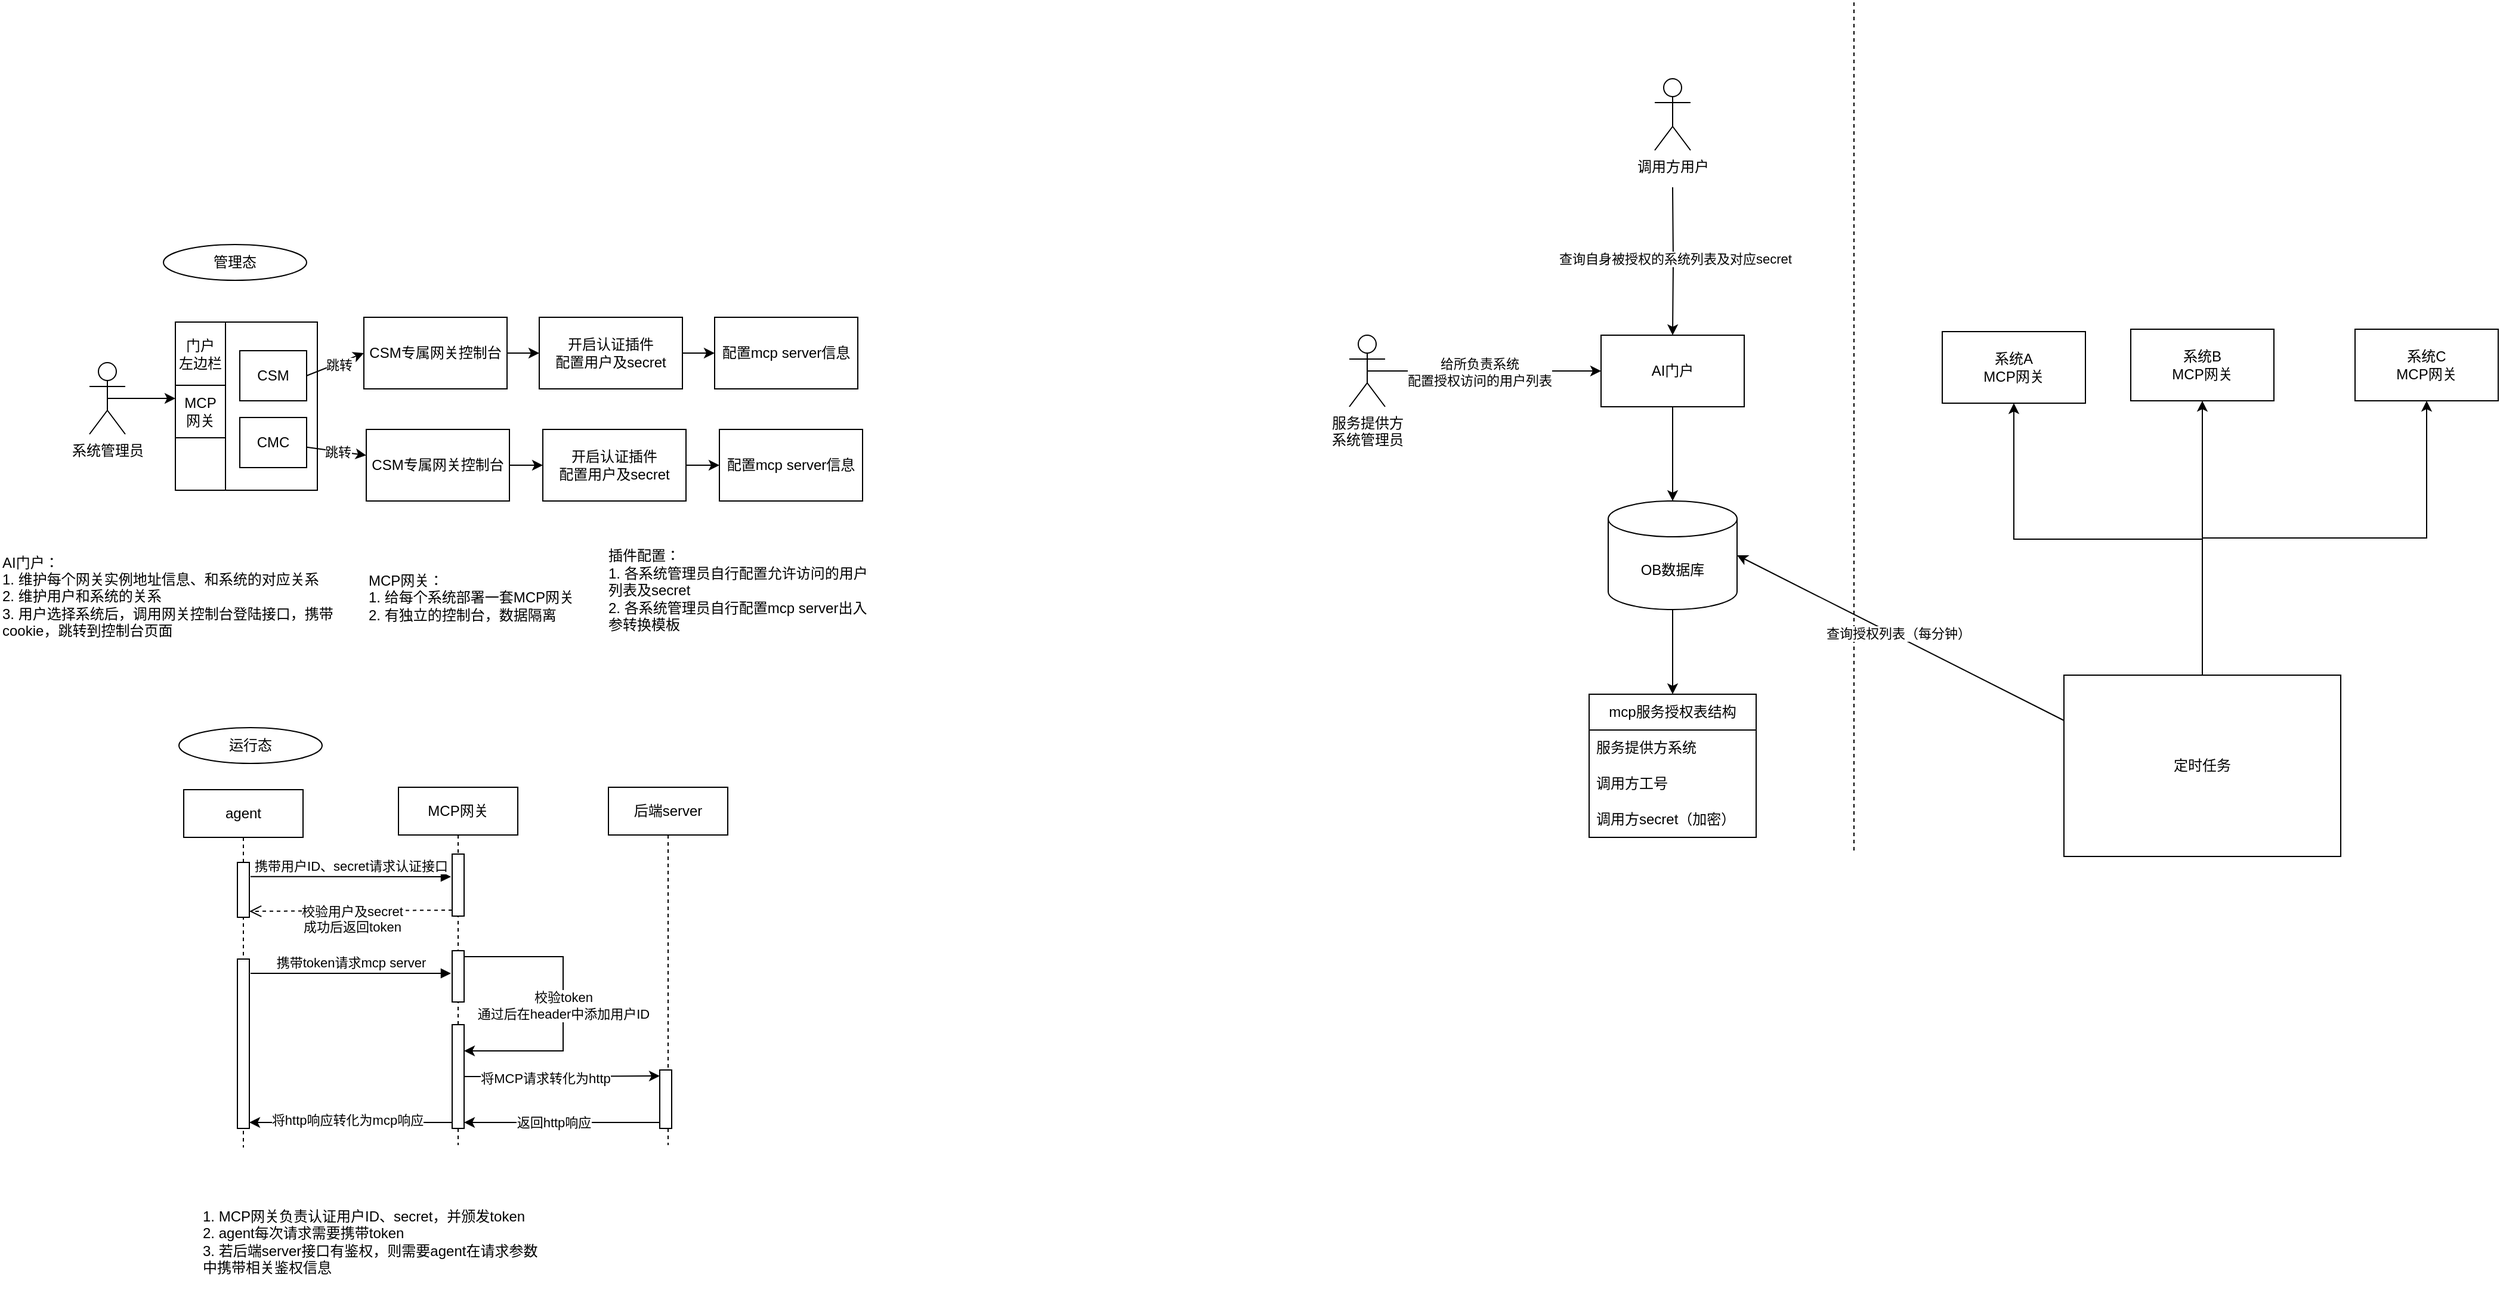
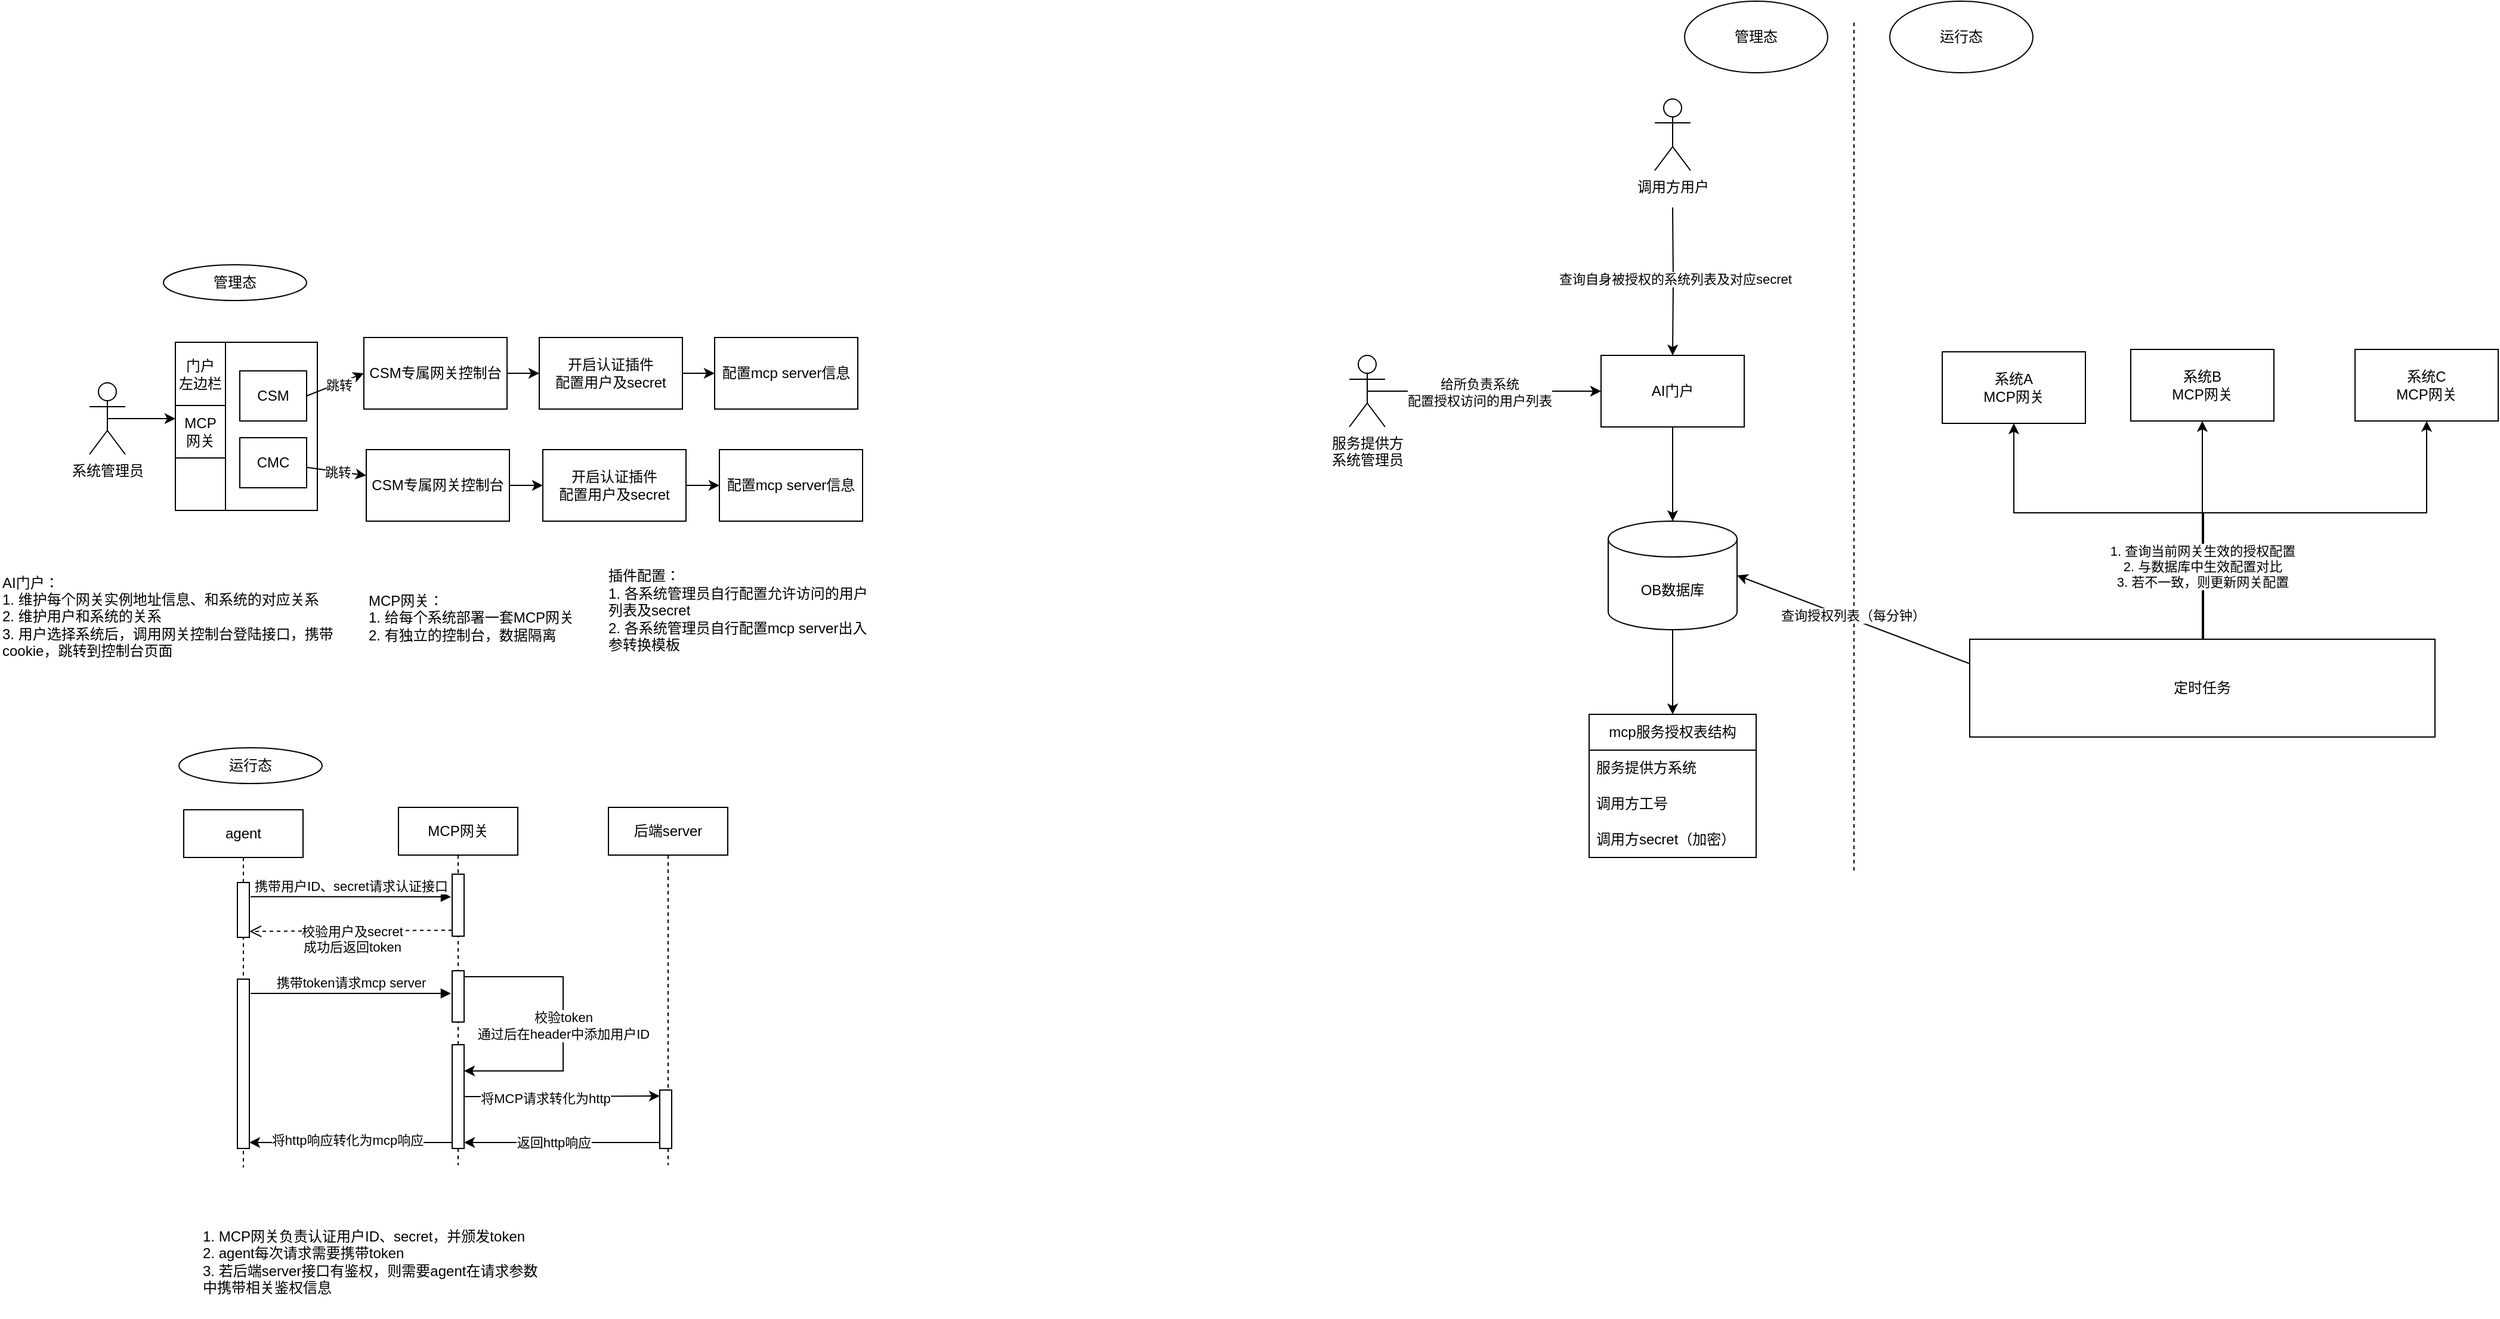
<mxfile host="app.diagrams.net">
  <diagram name="第 1 页" id="v2hsfRa7gXxFo1c_jMZc">
-     <mxGraphModel dx="1645" dy="1213" grid="0" gridSize="10" guides="1" tooltips="1" connect="1" arrows="1" fold="1" page="0" pageScale="1" pageWidth="827" pageHeight="1169" math="0" shadow="0">
+     <mxGraphModel dx="1957" dy="1417" grid="0" gridSize="10" guides="1" tooltips="1" connect="1" arrows="1" fold="1" page="0" pageScale="1" pageWidth="827" pageHeight="1169" math="0" shadow="0">
      <root>
        <mxCell id="0" />
        <mxCell id="1" parent="0" />
        <mxCell id="Vr7ZYQnQsq7QcT0ujrnK-1" parent="1" style="rounded=0;whiteSpace=wrap;html=1;" value="" vertex="1">
          <mxGeometry height="141" width="119" x="58" y="104" as="geometry" />
        </mxCell>
        <mxCell id="Vr7ZYQnQsq7QcT0ujrnK-2" parent="1" style="rounded=0;whiteSpace=wrap;html=1;" value="" vertex="1">
          <mxGeometry height="141" width="42" x="58" y="104" as="geometry" />
        </mxCell>
        <mxCell id="Vr7ZYQnQsq7QcT0ujrnK-4" parent="1" style="rounded=0;whiteSpace=wrap;html=1;" value="MCP&lt;div&gt;网关&lt;/div&gt;" vertex="1">
          <mxGeometry height="44" width="42" x="58" y="157" as="geometry" />
        </mxCell>
        <mxCell id="Vr7ZYQnQsq7QcT0ujrnK-5" parent="1" style="rounded=0;whiteSpace=wrap;html=1;" value="门户&lt;div&gt;左边栏&lt;/div&gt;" vertex="1">
          <mxGeometry height="53" width="42" x="58" y="104" as="geometry" />
        </mxCell>
        <mxCell id="Vr7ZYQnQsq7QcT0ujrnK-9" edge="1" parent="1" source="Vr7ZYQnQsq7QcT0ujrnK-6" style="rounded=0;orthogonalLoop=1;jettySize=auto;html=1;exitX=1;exitY=0.5;exitDx=0;exitDy=0;entryX=0;entryY=0.5;entryDx=0;entryDy=0;" target="Vr7ZYQnQsq7QcT0ujrnK-8">
          <mxGeometry relative="1" as="geometry" />
        </mxCell>
        <mxCell id="Vr7ZYQnQsq7QcT0ujrnK-12" connectable="0" parent="Vr7ZYQnQsq7QcT0ujrnK-9" style="edgeLabel;html=1;align=center;verticalAlign=middle;resizable=0;points=[];" value="跳转" vertex="1">
          <mxGeometry relative="1" x="0.0797" y="-1" as="geometry">
            <mxPoint as="offset" />
          </mxGeometry>
        </mxCell>
        <mxCell id="Vr7ZYQnQsq7QcT0ujrnK-6" parent="1" style="rounded=0;whiteSpace=wrap;html=1;" value="CSM" vertex="1">
          <mxGeometry height="42" width="56" x="112" y="128" as="geometry" />
        </mxCell>
        <mxCell id="Vr7ZYQnQsq7QcT0ujrnK-11" edge="1" parent="1" source="Vr7ZYQnQsq7QcT0ujrnK-7" style="rounded=0;orthogonalLoop=1;jettySize=auto;html=1;" target="Vr7ZYQnQsq7QcT0ujrnK-10" value="">
          <mxGeometry relative="1" as="geometry" />
        </mxCell>
        <mxCell id="Vr7ZYQnQsq7QcT0ujrnK-13" connectable="0" parent="Vr7ZYQnQsq7QcT0ujrnK-11" style="edgeLabel;html=1;align=center;verticalAlign=middle;resizable=0;points=[];" value="跳转" vertex="1">
          <mxGeometry relative="1" x="0.0168" as="geometry">
            <mxPoint as="offset" />
          </mxGeometry>
        </mxCell>
        <mxCell id="Vr7ZYQnQsq7QcT0ujrnK-7" parent="1" style="rounded=0;whiteSpace=wrap;html=1;" value="CMC" vertex="1">
          <mxGeometry height="42" width="56" x="112" y="184" as="geometry" />
        </mxCell>
        <mxCell id="Vr7ZYQnQsq7QcT0ujrnK-15" edge="1" parent="1" source="Vr7ZYQnQsq7QcT0ujrnK-8" style="edgeStyle=orthogonalEdgeStyle;rounded=0;orthogonalLoop=1;jettySize=auto;html=1;" target="Vr7ZYQnQsq7QcT0ujrnK-14" value="">
          <mxGeometry relative="1" as="geometry" />
        </mxCell>
        <mxCell id="Vr7ZYQnQsq7QcT0ujrnK-8" parent="1" style="rounded=0;whiteSpace=wrap;html=1;" value="CSM专属网关控制台" vertex="1">
          <mxGeometry height="60" width="120" x="216" y="100" as="geometry" />
        </mxCell>
        <mxCell id="Vr7ZYQnQsq7QcT0ujrnK-17" edge="1" parent="1" source="Vr7ZYQnQsq7QcT0ujrnK-10" style="edgeStyle=orthogonalEdgeStyle;rounded=0;orthogonalLoop=1;jettySize=auto;html=1;" target="Vr7ZYQnQsq7QcT0ujrnK-16" value="">
          <mxGeometry relative="1" as="geometry" />
        </mxCell>
        <mxCell id="Vr7ZYQnQsq7QcT0ujrnK-10" parent="1" style="rounded=0;whiteSpace=wrap;html=1;" value="CSM专属网关控制台" vertex="1">
          <mxGeometry height="60" width="120" x="218" y="194" as="geometry" />
        </mxCell>
        <mxCell id="Vr7ZYQnQsq7QcT0ujrnK-43" edge="1" parent="1" source="Vr7ZYQnQsq7QcT0ujrnK-14" style="edgeStyle=orthogonalEdgeStyle;rounded=0;orthogonalLoop=1;jettySize=auto;html=1;" target="Vr7ZYQnQsq7QcT0ujrnK-42" value="">
          <mxGeometry relative="1" as="geometry" />
        </mxCell>
        <mxCell id="Vr7ZYQnQsq7QcT0ujrnK-14" parent="1" style="rounded=0;whiteSpace=wrap;html=1;" value="开启认证插件&lt;div&gt;配置用户及secret&lt;/div&gt;" vertex="1">
          <mxGeometry height="60" width="120" x="363" y="100" as="geometry" />
        </mxCell>
        <mxCell id="Vr7ZYQnQsq7QcT0ujrnK-45" edge="1" parent="1" source="Vr7ZYQnQsq7QcT0ujrnK-16" style="edgeStyle=orthogonalEdgeStyle;rounded=0;orthogonalLoop=1;jettySize=auto;html=1;" target="Vr7ZYQnQsq7QcT0ujrnK-44" value="">
          <mxGeometry relative="1" as="geometry" />
        </mxCell>
        <mxCell id="Vr7ZYQnQsq7QcT0ujrnK-16" parent="1" style="rounded=0;whiteSpace=wrap;html=1;" value="开启认证插件&lt;div&gt;配置用户及secret&lt;/div&gt;" vertex="1">
          <mxGeometry height="60" width="120" x="366" y="194" as="geometry" />
        </mxCell>
        <mxCell id="Vr7ZYQnQsq7QcT0ujrnK-18" parent="1" style="ellipse;whiteSpace=wrap;html=1;" value="管理态" vertex="1">
          <mxGeometry height="30" width="120" x="48" y="39" as="geometry" />
        </mxCell>
        <mxCell id="Vr7ZYQnQsq7QcT0ujrnK-19" parent="1" style="ellipse;whiteSpace=wrap;html=1;" value="运行态" vertex="1">
          <mxGeometry height="30" width="120" x="61" y="444" as="geometry" />
        </mxCell>
        <mxCell id="Vr7ZYQnQsq7QcT0ujrnK-20" parent="1" style="shape=umlLifeline;perimeter=lifelinePerimeter;whiteSpace=wrap;html=1;container=1;dropTarget=0;collapsible=0;recursiveResize=0;outlineConnect=0;portConstraint=eastwest;newEdgeStyle={&quot;curved&quot;:0,&quot;rounded&quot;:0};" value="agent" vertex="1">
          <mxGeometry height="300" width="100" x="65" y="496" as="geometry" />
        </mxCell>
        <mxCell id="Vr7ZYQnQsq7QcT0ujrnK-26" parent="Vr7ZYQnQsq7QcT0ujrnK-20" style="html=1;points=[[0,0,0,0,5],[0,1,0,0,-5],[1,0,0,0,5],[1,1,0,0,-5]];perimeter=orthogonalPerimeter;outlineConnect=0;targetShapes=umlLifeline;portConstraint=eastwest;newEdgeStyle={&quot;curved&quot;:0,&quot;rounded&quot;:0};" value="" vertex="1">
          <mxGeometry height="46" width="10" x="45" y="61" as="geometry" />
        </mxCell>
        <mxCell id="Vr7ZYQnQsq7QcT0ujrnK-21" parent="1" style="shape=umlLifeline;perimeter=lifelinePerimeter;whiteSpace=wrap;html=1;container=1;dropTarget=0;collapsible=0;recursiveResize=0;outlineConnect=0;portConstraint=eastwest;newEdgeStyle={&quot;curved&quot;:0,&quot;rounded&quot;:0};" value="MCP网关" vertex="1">
          <mxGeometry height="300" width="100" x="245" y="494" as="geometry" />
        </mxCell>
        <mxCell id="Vr7ZYQnQsq7QcT0ujrnK-23" parent="Vr7ZYQnQsq7QcT0ujrnK-21" style="html=1;points=[[0,0,0,0,5],[0,1,0,0,-5],[1,0,0,0,5],[1,1,0,0,-5]];perimeter=orthogonalPerimeter;outlineConnect=0;targetShapes=umlLifeline;portConstraint=eastwest;newEdgeStyle={&quot;curved&quot;:0,&quot;rounded&quot;:0};" value="" vertex="1">
          <mxGeometry height="52" width="10" x="45" y="56" as="geometry" />
        </mxCell>
        <mxCell id="Vr7ZYQnQsq7QcT0ujrnK-31" edge="1" parent="Vr7ZYQnQsq7QcT0ujrnK-21" source="Vr7ZYQnQsq7QcT0ujrnK-28" style="edgeStyle=orthogonalEdgeStyle;rounded=0;orthogonalLoop=1;jettySize=auto;html=1;curved=0;exitX=1;exitY=0;exitDx=0;exitDy=5;exitPerimeter=0;" target="Vr7ZYQnQsq7QcT0ujrnK-30">
          <mxGeometry relative="1" as="geometry">
            <Array as="points">
              <mxPoint x="138" y="142" />
              <mxPoint x="138" y="221" />
            </Array>
          </mxGeometry>
        </mxCell>
        <mxCell id="Vr7ZYQnQsq7QcT0ujrnK-32" connectable="0" parent="Vr7ZYQnQsq7QcT0ujrnK-31" style="edgeLabel;html=1;align=center;verticalAlign=middle;resizable=0;points=[];" value="校验token&lt;div&gt;通过后在header中添加用户ID&lt;/div&gt;" vertex="1">
          <mxGeometry relative="1" x="-0.2068" y="1" as="geometry">
            <mxPoint x="-1" y="27" as="offset" />
          </mxGeometry>
        </mxCell>
        <mxCell id="Vr7ZYQnQsq7QcT0ujrnK-28" parent="Vr7ZYQnQsq7QcT0ujrnK-21" style="html=1;points=[[0,0,0,0,5],[0,1,0,0,-5],[1,0,0,0,5],[1,1,0,0,-5]];perimeter=orthogonalPerimeter;outlineConnect=0;targetShapes=umlLifeline;portConstraint=eastwest;newEdgeStyle={&quot;curved&quot;:0,&quot;rounded&quot;:0};" value="" vertex="1">
          <mxGeometry height="43" width="10" x="45" y="137" as="geometry" />
        </mxCell>
        <mxCell id="Vr7ZYQnQsq7QcT0ujrnK-27" parent="Vr7ZYQnQsq7QcT0ujrnK-21" style="html=1;points=[[0,0,0,0,5],[0,1,0,0,-5],[1,0,0,0,5],[1,1,0,0,-5]];perimeter=orthogonalPerimeter;outlineConnect=0;targetShapes=umlLifeline;portConstraint=eastwest;newEdgeStyle={&quot;curved&quot;:0,&quot;rounded&quot;:0};" value="" vertex="1">
          <mxGeometry height="142" width="10" x="-135" y="144" as="geometry" />
        </mxCell>
        <mxCell id="Vr7ZYQnQsq7QcT0ujrnK-29" edge="1" parent="Vr7ZYQnQsq7QcT0ujrnK-21" style="html=1;verticalAlign=bottom;endArrow=block;curved=0;rounded=0;exitX=0.56;exitY=0.243;exitDx=0;exitDy=0;exitPerimeter=0;" value="携带token请求mcp server">
          <mxGeometry relative="1" as="geometry">
            <mxPoint x="-124" y="156" as="sourcePoint" />
            <mxPoint x="44" y="156" as="targetPoint" />
          </mxGeometry>
        </mxCell>
        <mxCell id="Vr7ZYQnQsq7QcT0ujrnK-30" parent="Vr7ZYQnQsq7QcT0ujrnK-21" style="html=1;points=[[0,0,0,0,5],[0,1,0,0,-5],[1,0,0,0,5],[1,1,0,0,-5]];perimeter=orthogonalPerimeter;outlineConnect=0;targetShapes=umlLifeline;portConstraint=eastwest;newEdgeStyle={&quot;curved&quot;:0,&quot;rounded&quot;:0};" value="" vertex="1">
          <mxGeometry height="87" width="10" x="45" y="199" as="geometry" />
        </mxCell>
        <mxCell id="Vr7ZYQnQsq7QcT0ujrnK-39" edge="1" parent="Vr7ZYQnQsq7QcT0ujrnK-21" source="Vr7ZYQnQsq7QcT0ujrnK-30" style="edgeStyle=orthogonalEdgeStyle;rounded=0;orthogonalLoop=1;jettySize=auto;html=1;curved=0;exitX=0;exitY=1;exitDx=0;exitDy=-5;exitPerimeter=0;entryX=1;entryY=1;entryDx=0;entryDy=-5;entryPerimeter=0;" target="Vr7ZYQnQsq7QcT0ujrnK-27">
          <mxGeometry relative="1" as="geometry" />
        </mxCell>
        <mxCell id="Vr7ZYQnQsq7QcT0ujrnK-41" connectable="0" parent="Vr7ZYQnQsq7QcT0ujrnK-39" style="edgeLabel;html=1;align=center;verticalAlign=middle;resizable=0;points=[];" value="将http响应转化为mcp响应" vertex="1">
          <mxGeometry relative="1" x="0.0353" y="-2" as="geometry">
            <mxPoint as="offset" />
          </mxGeometry>
        </mxCell>
        <mxCell id="Vr7ZYQnQsq7QcT0ujrnK-22" parent="1" style="shape=umlLifeline;perimeter=lifelinePerimeter;whiteSpace=wrap;html=1;container=1;dropTarget=0;collapsible=0;recursiveResize=0;outlineConnect=0;portConstraint=eastwest;newEdgeStyle={&quot;curved&quot;:0,&quot;rounded&quot;:0};" value="后端server" vertex="1">
          <mxGeometry height="300" width="100" x="421" y="494" as="geometry" />
        </mxCell>
        <mxCell id="Vr7ZYQnQsq7QcT0ujrnK-33" parent="Vr7ZYQnQsq7QcT0ujrnK-22" style="html=1;points=[[0,0,0,0,5],[0,1,0,0,-5],[1,0,0,0,5],[1,1,0,0,-5]];perimeter=orthogonalPerimeter;outlineConnect=0;targetShapes=umlLifeline;portConstraint=eastwest;newEdgeStyle={&quot;curved&quot;:0,&quot;rounded&quot;:0};" value="" vertex="1">
          <mxGeometry height="49" width="10" x="43" y="237" as="geometry" />
        </mxCell>
        <mxCell id="Vr7ZYQnQsq7QcT0ujrnK-24" edge="1" parent="1" source="Vr7ZYQnQsq7QcT0ujrnK-20" style="html=1;verticalAlign=bottom;endArrow=block;curved=0;rounded=0;exitX=0.56;exitY=0.243;exitDx=0;exitDy=0;exitPerimeter=0;" value="携带用户ID、secret请求认证接口">
          <mxGeometry relative="1" as="geometry">
            <mxPoint x="121" y="574" as="sourcePoint" />
            <mxPoint x="289" y="569" as="targetPoint" />
          </mxGeometry>
        </mxCell>
        <mxCell id="Vr7ZYQnQsq7QcT0ujrnK-35" edge="1" parent="1" source="Vr7ZYQnQsq7QcT0ujrnK-23" style="html=1;verticalAlign=bottom;endArrow=open;dashed=1;endSize=8;curved=0;rounded=0;exitX=0;exitY=1;exitDx=0;exitDy=-5;exitPerimeter=0;entryX=1;entryY=1;entryDx=0;entryDy=-5;entryPerimeter=0;" target="Vr7ZYQnQsq7QcT0ujrnK-26" value="校验用户及secret&lt;div&gt;成功后返回token&lt;/div&gt;">
          <mxGeometry relative="1" x="-0.0102" y="23" as="geometry">
            <mxPoint as="offset" />
            <mxPoint x="266" y="592" as="sourcePoint" />
            <mxPoint x="198" y="595" as="targetPoint" />
          </mxGeometry>
        </mxCell>
        <mxCell id="Vr7ZYQnQsq7QcT0ujrnK-36" edge="1" parent="1" source="Vr7ZYQnQsq7QcT0ujrnK-30" style="edgeStyle=orthogonalEdgeStyle;rounded=0;orthogonalLoop=1;jettySize=auto;html=1;curved=0;entryX=0;entryY=0;entryDx=0;entryDy=5;entryPerimeter=0;" target="Vr7ZYQnQsq7QcT0ujrnK-33">
          <mxGeometry relative="1" as="geometry" />
        </mxCell>
        <mxCell id="Vr7ZYQnQsq7QcT0ujrnK-37" connectable="0" parent="Vr7ZYQnQsq7QcT0ujrnK-36" style="edgeLabel;html=1;align=center;verticalAlign=middle;resizable=0;points=[];" value="将MCP请求转化为http" vertex="1">
          <mxGeometry relative="1" x="-0.1733" as="geometry">
            <mxPoint y="1" as="offset" />
          </mxGeometry>
        </mxCell>
        <mxCell id="Vr7ZYQnQsq7QcT0ujrnK-38" edge="1" parent="1" source="Vr7ZYQnQsq7QcT0ujrnK-33" style="edgeStyle=orthogonalEdgeStyle;rounded=0;orthogonalLoop=1;jettySize=auto;html=1;curved=0;exitX=0;exitY=1;exitDx=0;exitDy=-5;exitPerimeter=0;entryX=1;entryY=1;entryDx=0;entryDy=-5;entryPerimeter=0;" target="Vr7ZYQnQsq7QcT0ujrnK-30">
          <mxGeometry relative="1" as="geometry" />
        </mxCell>
        <mxCell id="Vr7ZYQnQsq7QcT0ujrnK-40" connectable="0" parent="Vr7ZYQnQsq7QcT0ujrnK-38" style="edgeLabel;html=1;align=center;verticalAlign=middle;resizable=0;points=[];" value="返回http响应" vertex="1">
          <mxGeometry relative="1" x="0.0854" as="geometry">
            <mxPoint as="offset" />
          </mxGeometry>
        </mxCell>
        <mxCell id="Vr7ZYQnQsq7QcT0ujrnK-42" parent="1" style="rounded=0;whiteSpace=wrap;html=1;" value="配置mcp server信息" vertex="1">
          <mxGeometry height="60" width="120" x="510" y="100" as="geometry" />
        </mxCell>
        <mxCell id="Vr7ZYQnQsq7QcT0ujrnK-44" parent="1" style="rounded=0;whiteSpace=wrap;html=1;" value="配置mcp server信息" vertex="1">
          <mxGeometry height="60" width="120" x="514" y="194" as="geometry" />
        </mxCell>
        <mxCell id="Vr7ZYQnQsq7QcT0ujrnK-47" parent="1" style="text;html=1;whiteSpace=wrap;strokeColor=none;fillColor=none;align=left;verticalAlign=middle;rounded=0;" value="AI门户：&lt;div&gt;1. 维护每个网关实例地址信息、和系统的对应关系&lt;/div&gt;&lt;div&gt;2. 维护用户和系统的关系&lt;/div&gt;&lt;div&gt;3. 用户选择系统后，调用网关控制台登陆接口，携带cookie，跳转到控制台页面&lt;/div&gt;" vertex="1">
          <mxGeometry height="124" width="280" x="-89" y="272" as="geometry" />
        </mxCell>
        <mxCell id="Vr7ZYQnQsq7QcT0ujrnK-48" parent="1" style="text;html=1;whiteSpace=wrap;strokeColor=none;fillColor=none;align=left;verticalAlign=middle;rounded=0;" value="1. MCP网关负责认证用户ID、secret，并颁发token&lt;br&gt;2. agent每次请求需要携带token&lt;br&gt;&lt;div&gt;3. 若后端server接口有鉴权，则需要agent在请求参数中携带相关鉴权信息&lt;/div&gt;" vertex="1">
          <mxGeometry height="95" width="287" x="79" y="827" as="geometry" />
        </mxCell>
        <mxCell id="Vr7ZYQnQsq7QcT0ujrnK-49" parent="1" style="text;html=1;whiteSpace=wrap;strokeColor=none;fillColor=none;align=left;verticalAlign=middle;rounded=0;" value="MCP网关：&lt;div&gt;1. 给每个系统部署一套MCP网关&lt;/div&gt;&lt;div&gt;2. 有独立的控制台，数据隔离&lt;/div&gt;&lt;div&gt;&lt;br&gt;&lt;/div&gt;" vertex="1">
          <mxGeometry height="124" width="178" x="218" y="280" as="geometry" />
        </mxCell>
        <mxCell id="Vr7ZYQnQsq7QcT0ujrnK-53" edge="1" parent="1" source="Vr7ZYQnQsq7QcT0ujrnK-50" style="edgeStyle=orthogonalEdgeStyle;rounded=0;orthogonalLoop=1;jettySize=auto;html=1;exitX=0.5;exitY=0.5;exitDx=0;exitDy=0;exitPerimeter=0;entryX=0;entryY=0.25;entryDx=0;entryDy=0;" target="Vr7ZYQnQsq7QcT0ujrnK-4">
          <mxGeometry relative="1" as="geometry" />
        </mxCell>
        <mxCell id="Vr7ZYQnQsq7QcT0ujrnK-50" parent="1" style="shape=umlActor;verticalLabelPosition=bottom;verticalAlign=top;html=1;outlineConnect=0;" value="系统管理员" vertex="1">
          <mxGeometry height="60" width="30" x="-14" y="138" as="geometry" />
        </mxCell>
        <mxCell id="Vr7ZYQnQsq7QcT0ujrnK-54" parent="1" style="text;html=1;whiteSpace=wrap;strokeColor=none;fillColor=none;align=left;verticalAlign=middle;rounded=0;" value="插件配置：&lt;div&gt;1. 各系统管理员自行配置允许访问的用户列表及secret&lt;/div&gt;&lt;div&gt;2.&amp;nbsp;&lt;span style=&quot;background-color: transparent; color: light-dark(rgb(0, 0, 0), rgb(255, 255, 255));&quot;&gt;各系统管理员自行配置mcp server出入参转换模板&lt;/span&gt;&lt;/div&gt;&lt;div&gt;&lt;br&gt;&lt;/div&gt;" vertex="1">
          <mxGeometry height="124" width="228" x="419" y="274" as="geometry" />
        </mxCell>
        <mxCell id="Vr7ZYQnQsq7QcT0ujrnK-63" edge="1" parent="1" source="Vr7ZYQnQsq7QcT0ujrnK-55" style="edgeStyle=orthogonalEdgeStyle;rounded=0;orthogonalLoop=1;jettySize=auto;html=1;" target="Vr7ZYQnQsq7QcT0ujrnK-62" value="">
          <mxGeometry relative="1" as="geometry" />
        </mxCell>
        <mxCell id="Vr7ZYQnQsq7QcT0ujrnK-55" parent="1" style="rounded=0;whiteSpace=wrap;html=1;" value="AI门户" vertex="1">
          <mxGeometry height="60" width="120" x="1253" y="115" as="geometry" />
        </mxCell>
        <mxCell id="Vr7ZYQnQsq7QcT0ujrnK-60" edge="1" parent="1" source="Vr7ZYQnQsq7QcT0ujrnK-56" style="edgeStyle=orthogonalEdgeStyle;rounded=0;orthogonalLoop=1;jettySize=auto;html=1;exitX=0.5;exitY=0.5;exitDx=0;exitDy=0;exitPerimeter=0;" target="Vr7ZYQnQsq7QcT0ujrnK-55">
          <mxGeometry relative="1" as="geometry" />
        </mxCell>
        <mxCell id="Vr7ZYQnQsq7QcT0ujrnK-61" connectable="0" parent="Vr7ZYQnQsq7QcT0ujrnK-60" style="edgeLabel;html=1;align=center;verticalAlign=middle;resizable=0;points=[];" value="给所负责系统&lt;div&gt;配置授权访问的用户列表&lt;/div&gt;" vertex="1">
          <mxGeometry relative="1" x="-0.0388" y="-1" as="geometry">
            <mxPoint as="offset" />
          </mxGeometry>
        </mxCell>
        <mxCell id="Vr7ZYQnQsq7QcT0ujrnK-56" parent="1" style="shape=umlActor;verticalLabelPosition=bottom;verticalAlign=top;html=1;outlineConnect=0;" value="服务提供方&lt;div&gt;系统管理员&lt;/div&gt;" vertex="1">
          <mxGeometry height="60" width="30" x="1042" y="115" as="geometry" />
        </mxCell>
        <mxCell id="Vr7ZYQnQsq7QcT0ujrnK-68" edge="1" parent="1" source="Vr7ZYQnQsq7QcT0ujrnK-62" style="edgeStyle=orthogonalEdgeStyle;rounded=0;orthogonalLoop=1;jettySize=auto;html=1;entryX=0.5;entryY=0;entryDx=0;entryDy=0;" target="Vr7ZYQnQsq7QcT0ujrnK-64" value="">
          <mxGeometry relative="1" as="geometry" />
        </mxCell>
        <mxCell id="Vr7ZYQnQsq7QcT0ujrnK-62" parent="1" style="shape=cylinder3;whiteSpace=wrap;html=1;boundedLbl=1;backgroundOutline=1;size=15;" value="OB数据库" vertex="1">
          <mxGeometry height="91" width="108" x="1259" y="254" as="geometry" />
        </mxCell>
        <mxCell id="Vr7ZYQnQsq7QcT0ujrnK-64" parent="1" style="swimlane;fontStyle=0;childLayout=stackLayout;horizontal=1;startSize=30;horizontalStack=0;resizeParent=1;resizeParentMax=0;resizeLast=0;collapsible=1;marginBottom=0;whiteSpace=wrap;html=1;" value="mcp服务授权表结构" vertex="1">
          <mxGeometry height="120" width="140" x="1243" y="416" as="geometry" />
        </mxCell>
        <mxCell id="Vr7ZYQnQsq7QcT0ujrnK-65" parent="Vr7ZYQnQsq7QcT0ujrnK-64" style="text;strokeColor=none;fillColor=none;align=left;verticalAlign=middle;spacingLeft=4;spacingRight=4;overflow=hidden;points=[[0,0.5],[1,0.5]];portConstraint=eastwest;rotatable=0;whiteSpace=wrap;html=1;" value="服务提供方系统" vertex="1">
          <mxGeometry height="30" width="140" y="30" as="geometry" />
        </mxCell>
        <mxCell id="Vr7ZYQnQsq7QcT0ujrnK-66" parent="Vr7ZYQnQsq7QcT0ujrnK-64" style="text;strokeColor=none;fillColor=none;align=left;verticalAlign=middle;spacingLeft=4;spacingRight=4;overflow=hidden;points=[[0,0.5],[1,0.5]];portConstraint=eastwest;rotatable=0;whiteSpace=wrap;html=1;" value="调用方工号" vertex="1">
          <mxGeometry height="30" width="140" y="60" as="geometry" />
        </mxCell>
        <mxCell id="Vr7ZYQnQsq7QcT0ujrnK-67" parent="Vr7ZYQnQsq7QcT0ujrnK-64" style="text;strokeColor=none;fillColor=none;align=left;verticalAlign=middle;spacingLeft=4;spacingRight=4;overflow=hidden;points=[[0,0.5],[1,0.5]];portConstraint=eastwest;rotatable=0;whiteSpace=wrap;html=1;" value="调用方secret（加密）" vertex="1">
          <mxGeometry height="30" width="140" y="90" as="geometry" />
        </mxCell>
        <mxCell id="Vr7ZYQnQsq7QcT0ujrnK-81" edge="1" parent="1" source="Vr7ZYQnQsq7QcT0ujrnK-69" style="edgeStyle=orthogonalEdgeStyle;rounded=0;orthogonalLoop=1;jettySize=auto;html=1;exitX=0.5;exitY=0;exitDx=0;exitDy=0;entryX=0.5;entryY=1;entryDx=0;entryDy=0;" target="Vr7ZYQnQsq7QcT0ujrnK-70">
-           <mxGeometry relative="1" as="geometry" />
+           <mxGeometry relative="1" as="geometry">
+             <Array as="points">
+               <mxPoint x="1758" y="247" />
+               <mxPoint x="1599" y="247" />
+             </Array>
+           </mxGeometry>
        </mxCell>
        <mxCell id="Vr7ZYQnQsq7QcT0ujrnK-82" edge="1" parent="1" source="Vr7ZYQnQsq7QcT0ujrnK-69" style="edgeStyle=orthogonalEdgeStyle;rounded=0;orthogonalLoop=1;jettySize=auto;html=1;exitX=0.5;exitY=0;exitDx=0;exitDy=0;" target="Vr7ZYQnQsq7QcT0ujrnK-78">
          <mxGeometry relative="1" as="geometry" />
        </mxCell>
        <mxCell id="Vr7ZYQnQsq7QcT0ujrnK-83" edge="1" parent="1" source="Vr7ZYQnQsq7QcT0ujrnK-69" style="edgeStyle=orthogonalEdgeStyle;rounded=0;orthogonalLoop=1;jettySize=auto;html=1;exitX=0.5;exitY=0;exitDx=0;exitDy=0;entryX=0.5;entryY=1;entryDx=0;entryDy=0;" target="Vr7ZYQnQsq7QcT0ujrnK-79">
-           <mxGeometry relative="1" as="geometry" />
+           <mxGeometry relative="1" as="geometry">
+             <Array as="points">
+               <mxPoint x="1758" y="247" />
+               <mxPoint x="1945" y="247" />
+             </Array>
+           </mxGeometry>
+         </mxCell>
+         <mxCell id="0jYzeJ2Ehw4HYuAYkjmJ-1" connectable="0" parent="Vr7ZYQnQsq7QcT0ujrnK-83" style="edgeLabel;html=1;align=center;verticalAlign=middle;resizable=0;points=[];" value="1. 查询当前网关生效的授权配置&lt;div&gt;2. 与数据库中生效配置对比&lt;/div&gt;&lt;div&gt;3. 若不一致，则更新网关配置&lt;/div&gt;" vertex="1">
+           <mxGeometry relative="1" x="-0.5173" y="2" as="geometry">
+             <mxPoint x="1" y="27" as="offset" />
+           </mxGeometry>
        </mxCell>
        <mxCell id="Vr7ZYQnQsq7QcT0ujrnK-69" parent="1" style="rounded=0;whiteSpace=wrap;html=1;" value="定时任务" vertex="1">
-           <mxGeometry height="152" width="232" x="1641" y="400" as="geometry" />
+           <mxGeometry height="82" width="390" x="1562" y="353" as="geometry" />
        </mxCell>
        <mxCell id="Vr7ZYQnQsq7QcT0ujrnK-70" parent="1" style="rounded=0;whiteSpace=wrap;html=1;" value="系统A&lt;div&gt;MCP网关&lt;/div&gt;" vertex="1">
          <mxGeometry height="60" width="120" x="1539" y="112" as="geometry" />
        </mxCell>
        <mxCell id="Vr7ZYQnQsq7QcT0ujrnK-74" edge="1" parent="1" style="edgeStyle=orthogonalEdgeStyle;rounded=0;orthogonalLoop=1;jettySize=auto;html=1;entryX=0.5;entryY=0;entryDx=0;entryDy=0;" target="Vr7ZYQnQsq7QcT0ujrnK-55" value="">
          <mxGeometry relative="1" as="geometry">
            <mxPoint x="1313" y="-9" as="sourcePoint" />
            <mxPoint x="1313" y="40" as="targetPoint" />
          </mxGeometry>
        </mxCell>
        <mxCell id="Vr7ZYQnQsq7QcT0ujrnK-75" connectable="0" parent="Vr7ZYQnQsq7QcT0ujrnK-74" style="edgeLabel;html=1;align=center;verticalAlign=middle;resizable=0;points=[];" value="查询自身被授权的系统列表及对应secret" vertex="1">
          <mxGeometry relative="1" x="-0.0323" y="1" as="geometry">
            <mxPoint as="offset" />
          </mxGeometry>
        </mxCell>
        <mxCell id="Vr7ZYQnQsq7QcT0ujrnK-72" parent="1" style="shape=umlActor;verticalLabelPosition=bottom;verticalAlign=top;html=1;outlineConnect=0;" value="调用方用户" vertex="1">
          <mxGeometry height="60" width="30" x="1298" y="-100" as="geometry" />
        </mxCell>
        <mxCell id="Vr7ZYQnQsq7QcT0ujrnK-76" edge="1" parent="1" style="endArrow=none;dashed=1;html=1;rounded=0;" value="">
          <mxGeometry height="50" relative="1" width="50" as="geometry">
            <mxPoint x="1465" y="547" as="sourcePoint" />
            <mxPoint x="1465" y="-165" as="targetPoint" />
          </mxGeometry>
        </mxCell>
        <mxCell id="Vr7ZYQnQsq7QcT0ujrnK-78" parent="1" style="rounded=0;whiteSpace=wrap;html=1;" value="系统B&lt;div&gt;MCP网关&lt;/div&gt;" vertex="1">
          <mxGeometry height="60" width="120" x="1697" y="110" as="geometry" />
        </mxCell>
        <mxCell id="Vr7ZYQnQsq7QcT0ujrnK-79" parent="1" style="rounded=0;whiteSpace=wrap;html=1;" value="系统C&lt;div&gt;MCP网关&lt;/div&gt;" vertex="1">
          <mxGeometry height="60" width="120" x="1885" y="110" as="geometry" />
        </mxCell>
        <mxCell id="Vr7ZYQnQsq7QcT0ujrnK-80" edge="1" parent="1" source="Vr7ZYQnQsq7QcT0ujrnK-69" style="rounded=0;orthogonalLoop=1;jettySize=auto;html=1;exitX=0;exitY=0.25;exitDx=0;exitDy=0;entryX=1;entryY=0.5;entryDx=0;entryDy=0;entryPerimeter=0;" target="Vr7ZYQnQsq7QcT0ujrnK-62">
          <mxGeometry relative="1" as="geometry" />
        </mxCell>
        <mxCell id="Vr7ZYQnQsq7QcT0ujrnK-84" connectable="0" parent="Vr7ZYQnQsq7QcT0ujrnK-80" style="edgeLabel;html=1;align=center;verticalAlign=middle;resizable=0;points=[];" value="查询授权列表（每分钟）" vertex="1">
          <mxGeometry relative="1" x="0.0227" y="-3" as="geometry">
            <mxPoint as="offset" />
          </mxGeometry>
        </mxCell>
+         <mxCell id="0jYzeJ2Ehw4HYuAYkjmJ-2" parent="1" style="ellipse;whiteSpace=wrap;html=1;" value="管理态" vertex="1">
+           <mxGeometry height="60" width="120" x="1323" y="-182" as="geometry" />
+         </mxCell>
+         <mxCell id="0jYzeJ2Ehw4HYuAYkjmJ-3" parent="1" style="ellipse;whiteSpace=wrap;html=1;" value="运行态" vertex="1">
+           <mxGeometry height="60" width="120" x="1495" y="-182" as="geometry" />
+         </mxCell>
      </root>
    </mxGraphModel>
  </diagram>
</mxfile>
